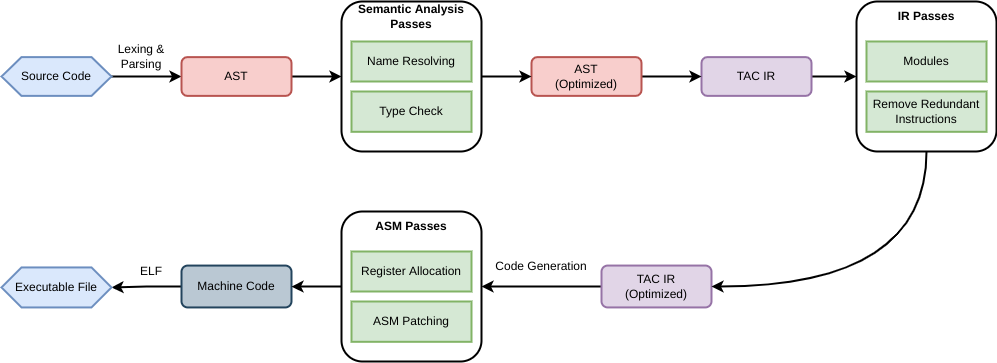
belijzajac/belijzajac.github.io keeps this draw.io diagram as static/post-images/wisnialang-architecture.png. Above is the earlier version. Source tidied: cells renumbered, new cells last; positions are measured from the earlier drawing's top-left corner, leaving out a move shared by most shapes.
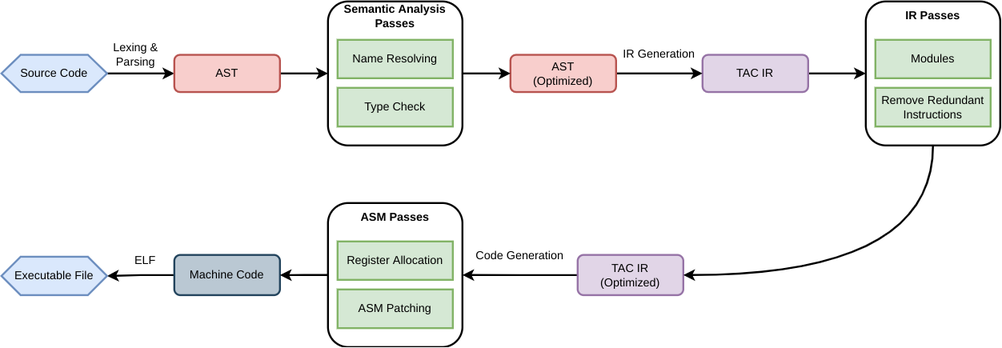
After the commit.

Commit message:
UPD: Architecture for WisniaLang.

The edit, as a diff of the source:
```diff
@@ -21,7 +21,7 @@
       <mxGeometry relative="1" as="geometry" />
     </mxCell>
     <mxCell id="8" value="TAC IR" style="rounded=1;whiteSpace=wrap;html=1;strokeWidth=2;fillColor=#e1d5e7;strokeColor=#9673a6;" parent="1" vertex="1">
-      <mxGeometry x="700" y="55.6" width="110" height="38.8" as="geometry" />
+      <mxGeometry x="730" y="55.6" width="110" height="38.8" as="geometry" />
     </mxCell>
     <mxCell id="9" style="edgeStyle=orthogonalEdgeStyle;rounded=0;jettySize=auto;html=1;entryX=1;entryY=0.5;entryDx=0;entryDy=0;strokeWidth=2;" parent="1" edge="1" source="10" target="24">
       <mxGeometry relative="1" as="geometry" />
@@ -54,16 +54,16 @@
       <mxGeometry relative="1" as="geometry" />
     </mxCell>
     <mxCell id="19" style="rounded=1;whiteSpace=wrap;html=1;strokeWidth=2;" parent="1" vertex="1">
-      <mxGeometry x="855" width="140" height="150" as="geometry" />
+      <mxGeometry x="900" width="140" height="150" as="geometry" />
     </mxCell>
     <mxCell id="20" value="IR Passes" style="text;html=1;strokeColor=none;fillColor=none;align=center;verticalAlign=middle;whiteSpace=wrap;rounded=0;fontStyle=1;" parent="1" vertex="1">
-      <mxGeometry x="855" width="140" height="30" as="geometry" />
+      <mxGeometry x="900" width="140" height="30" as="geometry" />
     </mxCell>
     <mxCell id="21" value="Modules" style="rounded=0;whiteSpace=wrap;html=1;strokeWidth=2;fillColor=#d5e8d4;strokeColor=#82b366;" parent="1" vertex="1">
-      <mxGeometry x="865" y="40" width="120" height="40" as="geometry" />
+      <mxGeometry x="910" y="40" width="120" height="40" as="geometry" />
     </mxCell>
     <mxCell id="22" value="Remove Redundant Instructions" style="rounded=0;whiteSpace=wrap;html=1;strokeWidth=2;fillColor=#d5e8d4;strokeColor=#82b366;" parent="1" vertex="1">
-      <mxGeometry x="865" y="90" width="120" height="40.3" as="geometry" />
+      <mxGeometry x="910" y="90" width="120" height="40.3" as="geometry" />
     </mxCell>
     <mxCell id="23" style="edgeStyle=orthogonalEdgeStyle;rounded=0;jettySize=auto;html=1;strokeWidth=2;" parent="1" edge="1" source="24" target="15">
       <mxGeometry relative="1" as="geometry" />
@@ -95,5 +95,8 @@
     <mxCell id="32" value="Type Check" style="rounded=0;whiteSpace=wrap;html=1;strokeWidth=2;fillColor=#d5e8d4;strokeColor=#82b366;" parent="1" vertex="1">
       <mxGeometry x="350" y="90" width="120" height="40.3" as="geometry" />
     </mxCell>
+    <mxCell id="33" value="IR Generation" style="text;html=1;strokeColor=none;fillColor=none;align=center;verticalAlign=middle;whiteSpace=wrap;rounded=0;" parent="1" vertex="1">
+      <mxGeometry x="640" y="40" width="90" height="30" as="geometry" />
+    </mxCell>
   </root>
 </mxGraphModel>
```
